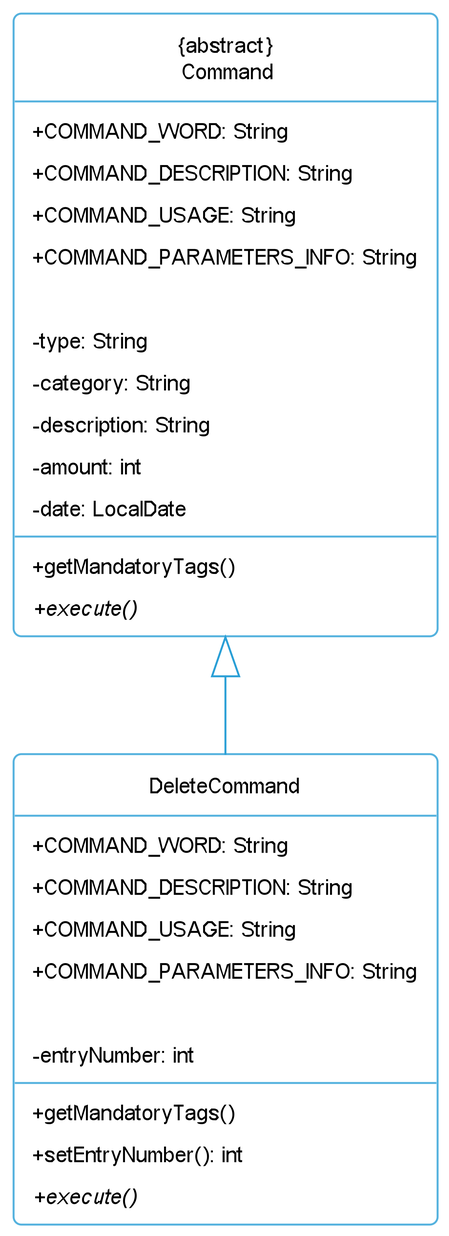
This is docs/images/DeleteCommandClassDiagram.png from nus-cs2113-AY2223S1/tp, a PlantUML export, as it was before one commit.
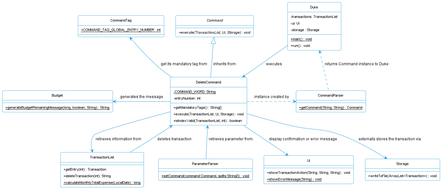
Later version of the same file.

Commit message:
Class Diagrams Revamp

The edit, as a diff of the source:
```diff
@@ -1,36 +1,68 @@
 @startuml
 !include Style.puml
 
-class DeleteCommand {
-+ COMMAND_WORD: String
-    + COMMAND_DESCRIPTION: String
-    + COMMAND_USAGE: String
-    + COMMAND_PARAMETERS_INFO: String
-
-    - entryNumber: int
-
-    +getMandatoryTags()
-    +setEntryNumber(): int
-    +{abstract}execute()
+class TransactionList {
+    + getEntry(int) : Transaction
+    + deleteTransaction(int): String
+    + calculateMonthlyTotalExpense(LocalDate) {static} : long
 }
 
-class "{abstract}\n Command"{
-
-    + COMMAND_WORD: String
-    + COMMAND_DESCRIPTION: String
-    + COMMAND_USAGE: String
-    + COMMAND_PARAMETERS_INFO: String
-
-    - type: String
-    - category: String
-    - description: String
-    - amount: int
-    - date: LocalDate
-
-    +getMandatoryTags()
-    +{abstract}execute()
+abstract class Command {
+    + execute(TransactionList, Ui, Storage) : void {abstract}
 }
 
+class CommandTag {
+    + COMMAND_TAG_GLOBAL_ENTRY_NUMBER {static}: int
+}
 
-"{abstract}\n Command" <|-- DeleteCommand
+class DeleteCommand {
+    - COMMAND_WORD: String {static}
+    - entryNumber: int
+    + getMandatoryTags() : String[]
+    + execute(TransactionList, Ui, Storage) : void
+    + isIndexValid(TransactionList, int) : boolean
+}
+
+class CommandParser{
+    +getCommand(String, String) {static} : Command
+}
+
+class ParameterParser{
+    +setCommand(command:Command, splits:String[]) {static} : void
+}
+
+class Duke{
+    - transactions: TransactionList
+    - ui: Ui
+    - storage : Storage
+    + main() {static} : void
+    + run() : void
+}
+
+class Ui{
+    + showTransactionAction(String, String, String) : void
+    + showErrorMessage(String) : void {static}
+}
+
+class Budget {
+    + generateBudgetRemainingMessage(long, boolean, String) {static} : String
+}
+
+class Storage {
+    + writeToFile(ArrayList<Transaction>) : void
+}
+
+DeleteCommand -up-|> "Command": inherits from
+
+Duke <.. CommandParser: returns Command instance to Duke
+DeleteCommand --> Ui : display confirmation or error message
+DeleteCommand .right.> CommandParser: instance created by
+DeleteCommand <-- ParameterParser: retrieves parameter from
+DeleteCommand <-- TransactionList: deletes transaction
+DeleteCommand --> TransactionList: retrieves information from
+DeleteCommand -up-> CommandTag: get its mandatory tag from
+DeleteCommand <-left- Duke: executes
+DeleteCommand -left-> Budget: generates the message
+DeleteCommand --> Storage: externally stores the transaction via
+
 @enduml
```
